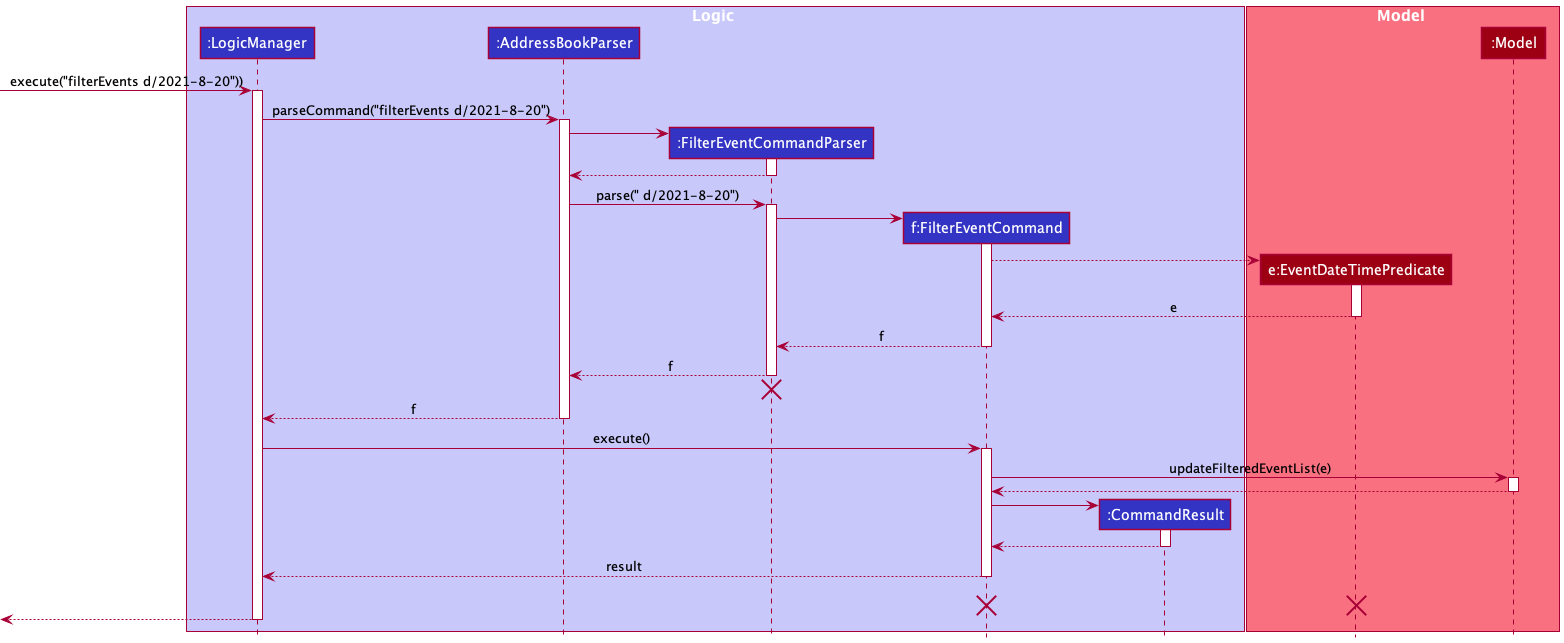
Before: docs/images/DG images/FilterEventSequenceDiagram.png, a diagram exported from PlantUML (nus-cs2103-AY2122S1/tp). Its diagram source:
```plantuml
@startuml
!include style.puml

box Logic LOGIC_COLOR_T1
participant ":LogicManager" as LogicManager LOGIC_COLOR
participant ":AddressBookParser" as AddressBookParser LOGIC_COLOR
participant ":FilterEventCommandParser" as FilterEventCommandParser LOGIC_COLOR
participant "f:FilterEventCommand" as FilterEventCommand LOGIC_COLOR
participant ":CommandResult" as CommandResult LOGIC_COLOR
end box

box Model MODEL_COLOR_T1
participant "e:EventDateTimePredicate" as EventDateTimePredicate MODEL_COLOR
participant ":Model" as Model MODEL_COLOR
end box

[-> LogicManager : execute("filterEvents d/2021-8-20"))
activate LogicManager

LogicManager -> AddressBookParser : parseCommand("filterEvents d/2021-8-20")
activate AddressBookParser

create FilterEventCommandParser
AddressBookParser -> FilterEventCommandParser

activate FilterEventCommandParser
FilterEventCommandParser --> AddressBookParser
deactivate FilterEventCommandParser

AddressBookParser -> FilterEventCommandParser : parse(" d/2021-8-20")
activate FilterEventCommandParser

create FilterEventCommand
FilterEventCommandParser -> FilterEventCommand
activate FilterEventCommand

create EventDateTimePredicate
FilterEventCommand --> EventDateTimePredicate
activate EventDateTimePredicate

EventDateTimePredicate --> FilterEventCommand : e
deactivate EventDateTimePredicate

FilterEventCommand --> FilterEventCommandParser : f
deactivate FilterEventCommand

FilterEventCommandParser --> AddressBookParser : f
deactivate FilterEventCommandParser

FilterEventCommandParser -[hidden]-> AddressBookParser
destroy FilterEventCommandParser

AddressBookParser --> LogicManager : f
deactivate AddressBookParser

LogicManager -> FilterEventCommand : execute()
activate FilterEventCommand

FilterEventCommand -> Model : updateFilteredEventList(e)
activate Model

Model --> FilterEventCommand
deactivate Model

create CommandResult
FilterEventCommand -> CommandResult

activate CommandResult
CommandResult --> FilterEventCommand

deactivate CommandResult

FilterEventCommand --> LogicManager : result
deactivate
FilterEventCommand -[hidden]-> LogicManager : result
destroy FilterEventCommand
destroy EventDateTimePredicate

[<--LogicManager
deactivate LogicManager
@enduml
```
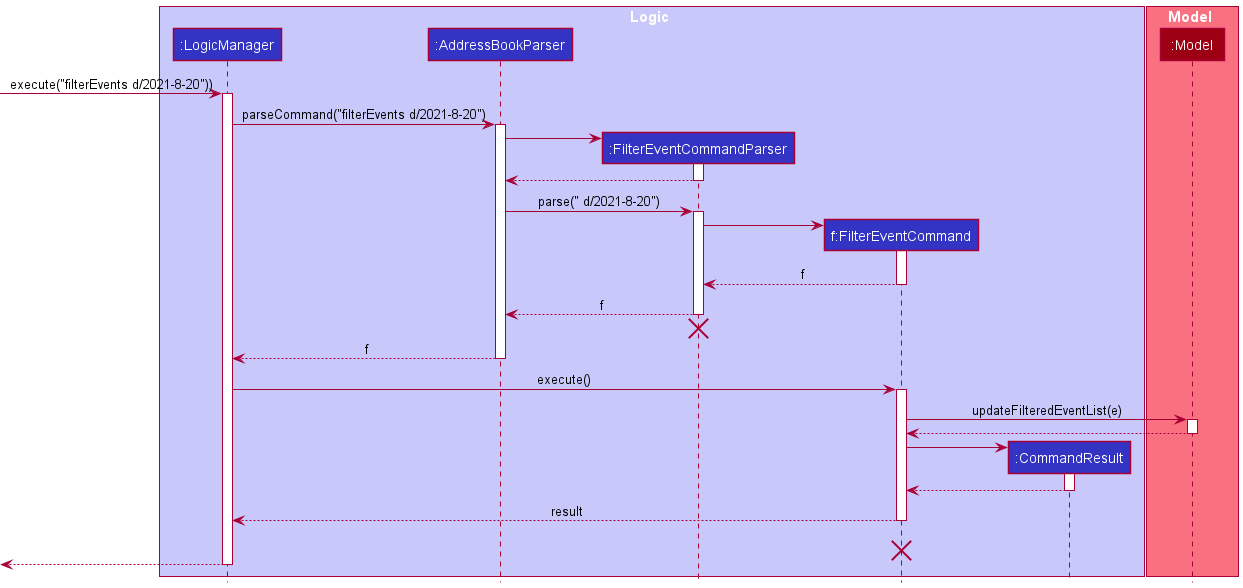
After the commit.

What changed in the source:
```diff
@@ -10,7 +10,6 @@
 end box
 
 box Model MODEL_COLOR_T1
-participant "e:EventDateTimePredicate" as EventDateTimePredicate MODEL_COLOR
 participant ":Model" as Model MODEL_COLOR
 end box
 
@@ -33,13 +32,6 @@
 create FilterEventCommand
 FilterEventCommandParser -> FilterEventCommand
 activate FilterEventCommand
-
-create EventDateTimePredicate
-FilterEventCommand --> EventDateTimePredicate
-activate EventDateTimePredicate
-
-EventDateTimePredicate --> FilterEventCommand : e
-deactivate EventDateTimePredicate
 
 FilterEventCommand --> FilterEventCommandParser : f
 deactivate FilterEventCommand
@@ -74,7 +66,6 @@
 deactivate
 FilterEventCommand -[hidden]-> LogicManager : result
 destroy FilterEventCommand
-destroy EventDateTimePredicate
 
 [<--LogicManager
 deactivate LogicManager
```
